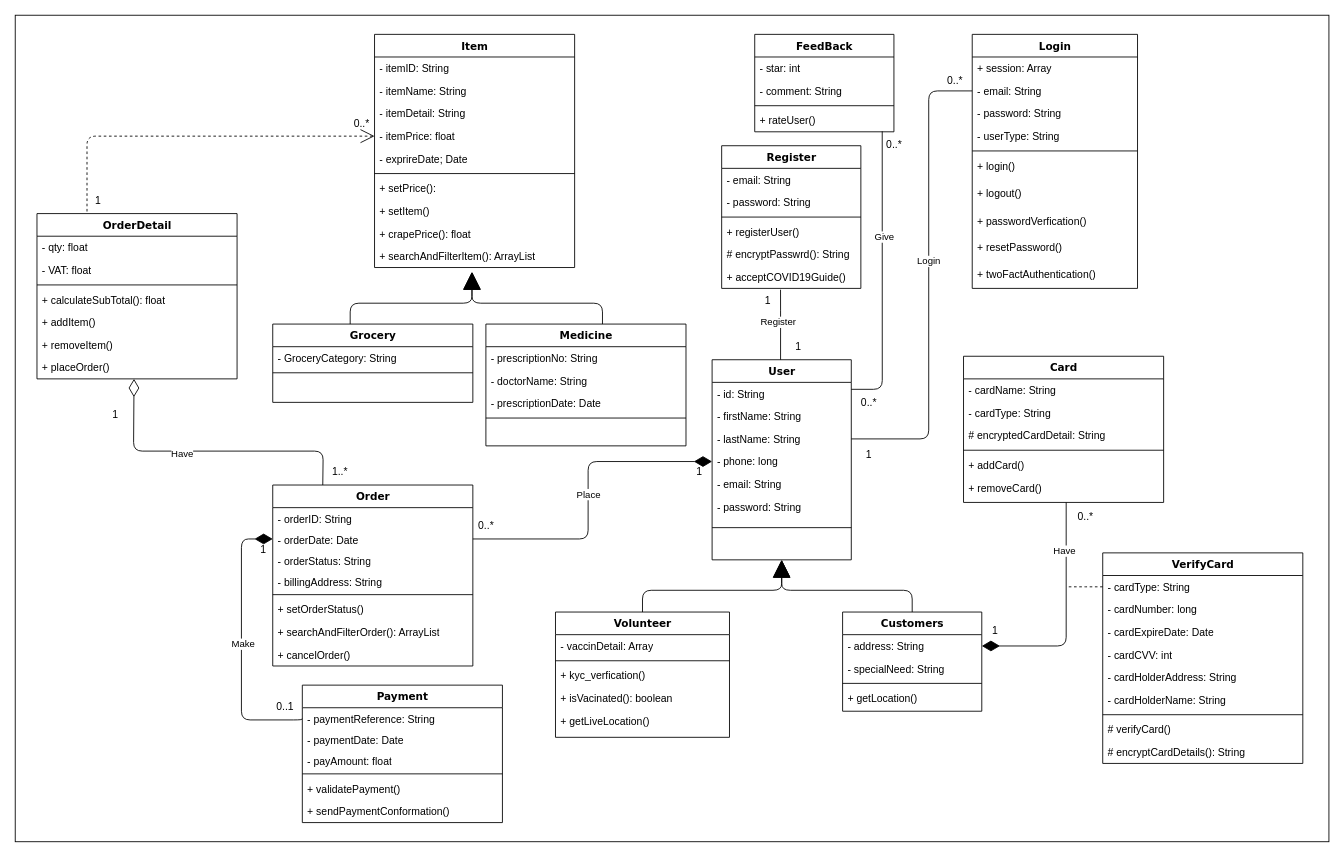
AnjeloM/AnjeloM keeps this draw.io diagram as Soft40091 CWK - Class Diagram.drawio. Above is the earlier version. Source tidied: cells renumbered, new cells numbered last; positions are measured from the earlier drawing's top-left corner, leaving out a move shared by most shapes. Both pictures are drawn from the tidied source at 87%, with x=0, y=0 at pixel (15, 15).
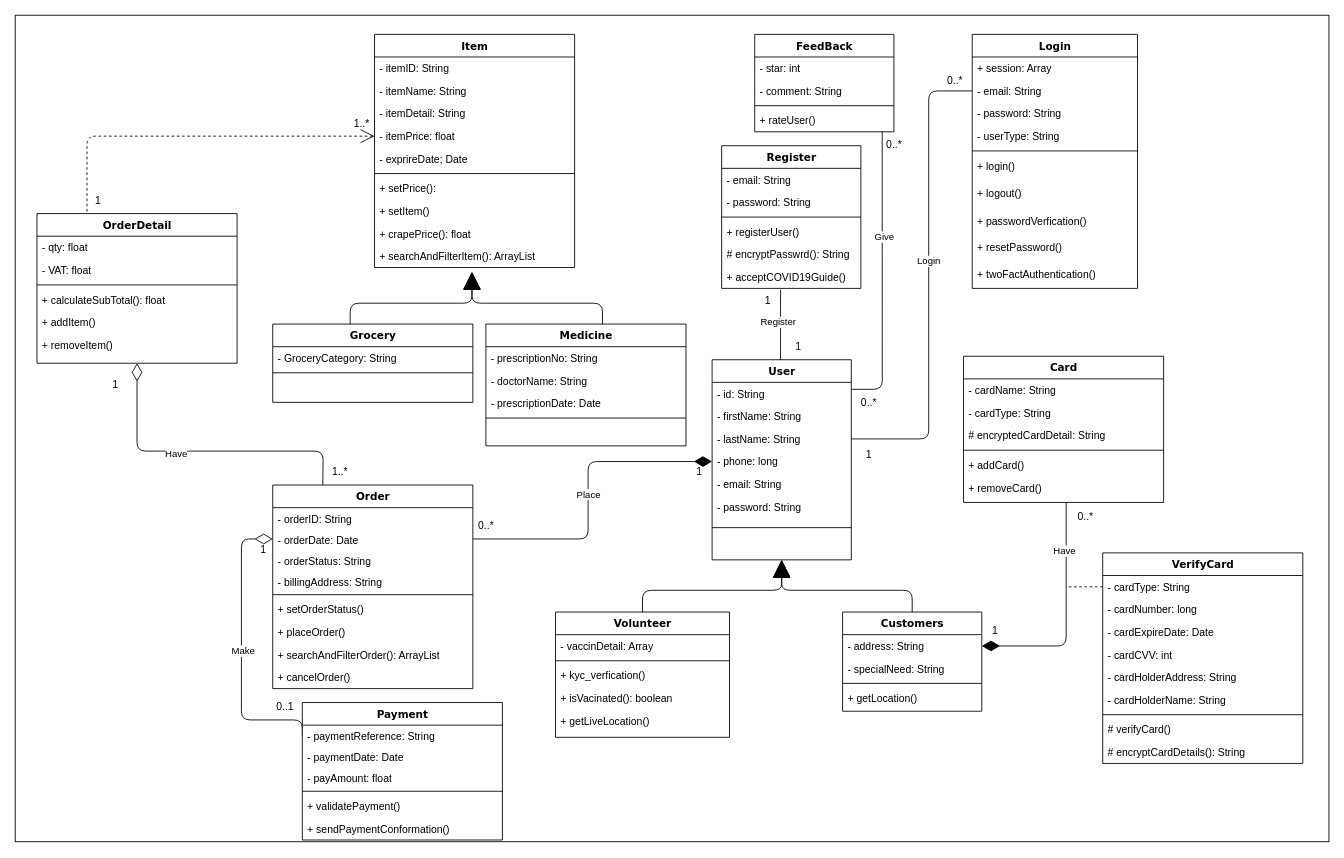
The same page after the edit.

Unchanged cells that the change refers to:
```xml
<mxCell id="84" value="- orderDate: Date" style="text;html=1;strokeColor=none;fillColor=none;align=left;verticalAlign=top;spacingLeft=4;spacingRight=4;whiteSpace=wrap;overflow=hidden;points=[[0,0.5],[1,0.5]];portConstraint=eastwest;" parent="82" vertex="1">
  <mxGeometry y="50" width="230" height="24" as="geometry" />
</mxCell>
<mxCell id="96" value="- paymentReference: String" style="text;html=1;strokeColor=none;fillColor=none;align=left;verticalAlign=top;spacingLeft=4;spacingRight=4;whiteSpace=wrap;overflow=hidden;points=[[0,0.5],[1,0.5]];portConstraint=eastwest;" parent="95" vertex="1">
  <mxGeometry y="26" width="230" height="24" as="geometry" />
</mxCell>
```

The edit, as a diff of the source:
```diff
@@
     <mxCell id="74" value="OrderDetail" style="swimlane;html=1;fontStyle=1;align=center;verticalAlign=top;horizontal=1;startSize=26;swimlaneFillColor=#ffffff;rounded=0;shadow=0;comic=0;labelBackgroundColor=none;strokeWidth=1;fillColor=none;fontFamily=Verdana;fontSize=12;" parent="1" vertex="1">
-      <mxGeometry x="25" y="228" width="230" height="190" as="geometry" />
+      <mxGeometry x="25" y="228" width="230" height="172" as="geometry" />
     </mxCell>
@@
-    <mxCell id="81" value="+ placeOrder()" style="text;html=1;strokeColor=none;fillColor=none;align=left;verticalAlign=top;spacingLeft=4;spacingRight=4;whiteSpace=wrap;overflow=hidden;points=[[0,0.5],[1,0.5]];portConstraint=eastwest;" parent="74" vertex="1">
-      <mxGeometry y="164" width="230" height="26" as="geometry" />
-    </mxCell>
     <mxCell id="82" value="Order" style="swimlane;html=1;fontStyle=1;align=center;verticalAlign=top;horizontal=1;startSize=26;swimlaneFillColor=#ffffff;rounded=0;shadow=0;comic=0;labelBackgroundColor=none;strokeWidth=1;fillColor=none;fontFamily=Verdana;fontSize=12;" parent="1" vertex="1">
-      <mxGeometry x="296" y="540" width="230" height="208" as="geometry" />
+      <mxGeometry x="296" y="540" width="230" height="234" as="geometry" />
     </mxCell>
@@
+    <mxCell id="81" value="+ placeOrder()" style="text;html=1;strokeColor=none;fillColor=none;align=left;verticalAlign=top;spacingLeft=4;spacingRight=4;whiteSpace=wrap;overflow=hidden;points=[[0,0.5],[1,0.5]];portConstraint=eastwest;" parent="82" vertex="1">
+      <mxGeometry y="156" width="230" height="26" as="geometry" />
+    </mxCell>
     <mxCell id="89" value="+ searchAndFilterOrder(): ArrayList" style="text;html=1;strokeColor=none;fillColor=none;align=left;verticalAlign=top;spacingLeft=4;spacingRight=4;whiteSpace=wrap;overflow=hidden;" parent="82" vertex="1">
-      <mxGeometry y="156" width="230" height="26" as="geometry" />
+      <mxGeometry y="182" width="230" height="26" as="geometry" />
     </mxCell>
     <mxCell id="90" value="+ cancelOrder()" style="text;html=1;strokeColor=none;fillColor=none;align=left;verticalAlign=top;spacingLeft=4;spacingRight=4;whiteSpace=wrap;overflow=hidden;" parent="82" vertex="1">
-      <mxGeometry y="182" width="230" height="26" as="geometry" />
+      <mxGeometry y="208" width="230" height="26" as="geometry" />
     </mxCell>
-    <mxCell id="91" style="rounded=1;jettySize=auto;html=1;entryX=0.25;entryY=0;entryDx=0;entryDy=0;endArrow=none;endFill=0;endSize=18;startSize=18;curved=0;startArrow=diamondThin;startFill=0;exitX=0.485;exitY=1;exitDx=0;exitDy=0;exitPerimeter=0;" parent="1" edge="1" source="81" target="82">
-      <mxGeometry relative="1" as="geometry">
-        <Array as="points">
-          <mxPoint x="136" y="501" />
-          <mxPoint x="354" y="501" />
-        </Array>
-      </mxGeometry>
-    </mxCell>
-    <mxCell id="92" value="Have" style="edgeLabel;html=1;align=center;verticalAlign=middle;" parent="91" vertex="1">
-      <mxGeometry x="-0.18" y="-2" relative="1" as="geometry" />
-    </mxCell>
-    <mxCell id="93" style="edgeStyle=orthogonalEdgeStyle;rounded=1;jettySize=auto;html=1;entryX=0;entryY=0.5;entryDx=0;entryDy=0;endArrow=diamondThin;endFill=1;curved=0;endSize=18;startSize=18;exitX=0;exitY=0.5;exitDx=0;exitDy=0;" parent="1" edge="1" source="96" target="84">
+    <mxCell id="93" style="edgeStyle=orthogonalEdgeStyle;rounded=1;jettySize=auto;html=1;entryX=0;entryY=0.5;entryDx=0;entryDy=0;endArrow=diamondThin;endFill=0;curved=0;endSize=18;startSize=18;exitX=0;exitY=0.5;exitDx=0;exitDy=0;" parent="1" edge="1" source="96" target="84">
       <mxGeometry relative="1" as="geometry">
         <Array as="points">
           <mxPoint x="330" y="810" />
           <mxPoint x="260" y="810" />
           <mxPoint x="260" y="602" />
         </Array>
       </mxGeometry>
     </mxCell>
@@
     <mxCell id="95" value="Payment" style="swimlane;html=1;fontStyle=1;align=center;verticalAlign=top;horizontal=1;startSize=26;swimlaneFillColor=#ffffff;rounded=0;shadow=0;comic=0;labelBackgroundColor=none;strokeWidth=1;fillColor=none;fontFamily=Verdana;fontSize=12;" parent="1" vertex="1">
-      <mxGeometry x="330" y="770" width="230" height="158" as="geometry" />
+      <mxGeometry x="330" y="790" width="230" height="158" as="geometry" />
     </mxCell>
@@
-    <mxCell id="127" value="0..*" style="text;html=1;align=center;verticalAlign=middle;strokeColor=none;fillColor=none;" parent="1" vertex="1">
+    <mxCell id="127" value="1..*" style="text;html=1;align=center;verticalAlign=middle;strokeColor=none;fillColor=none;" parent="1" vertex="1">
       <mxGeometry x="378" y="110" width="40" height="30" as="geometry" />
     </mxCell>
@@
     <mxCell id="129" value="1" style="text;html=1;align=center;verticalAlign=middle;strokeColor=none;fillColor=none;" parent="1" vertex="1">
-      <mxGeometry x="100" y="445" width="30" height="30" as="geometry" />
+      <mxGeometry x="100" y="410" width="30" height="30" as="geometry" />
     </mxCell>
@@
+    <mxCell id="91" style="rounded=1;jettySize=auto;html=1;entryX=0.25;entryY=0;entryDx=0;entryDy=0;endArrow=none;endFill=0;endSize=18;startSize=18;curved=0;startArrow=diamondThin;startFill=0;exitX=0.5;exitY=1;exitDx=0;exitDy=0;" parent="1" edge="1" source="74" target="82">
+      <mxGeometry relative="1" as="geometry">
+        <Array as="points">
+          <mxPoint x="140" y="501" />
+          <mxPoint x="354" y="501" />
+        </Array>
+      </mxGeometry>
+    </mxCell>
+    <mxCell id="92" value="Have" style="edgeLabel;html=1;align=center;verticalAlign=middle;" parent="91" vertex="1">
+      <mxGeometry x="-0.18" y="-2" relative="1" as="geometry" />
+    </mxCell>
```
